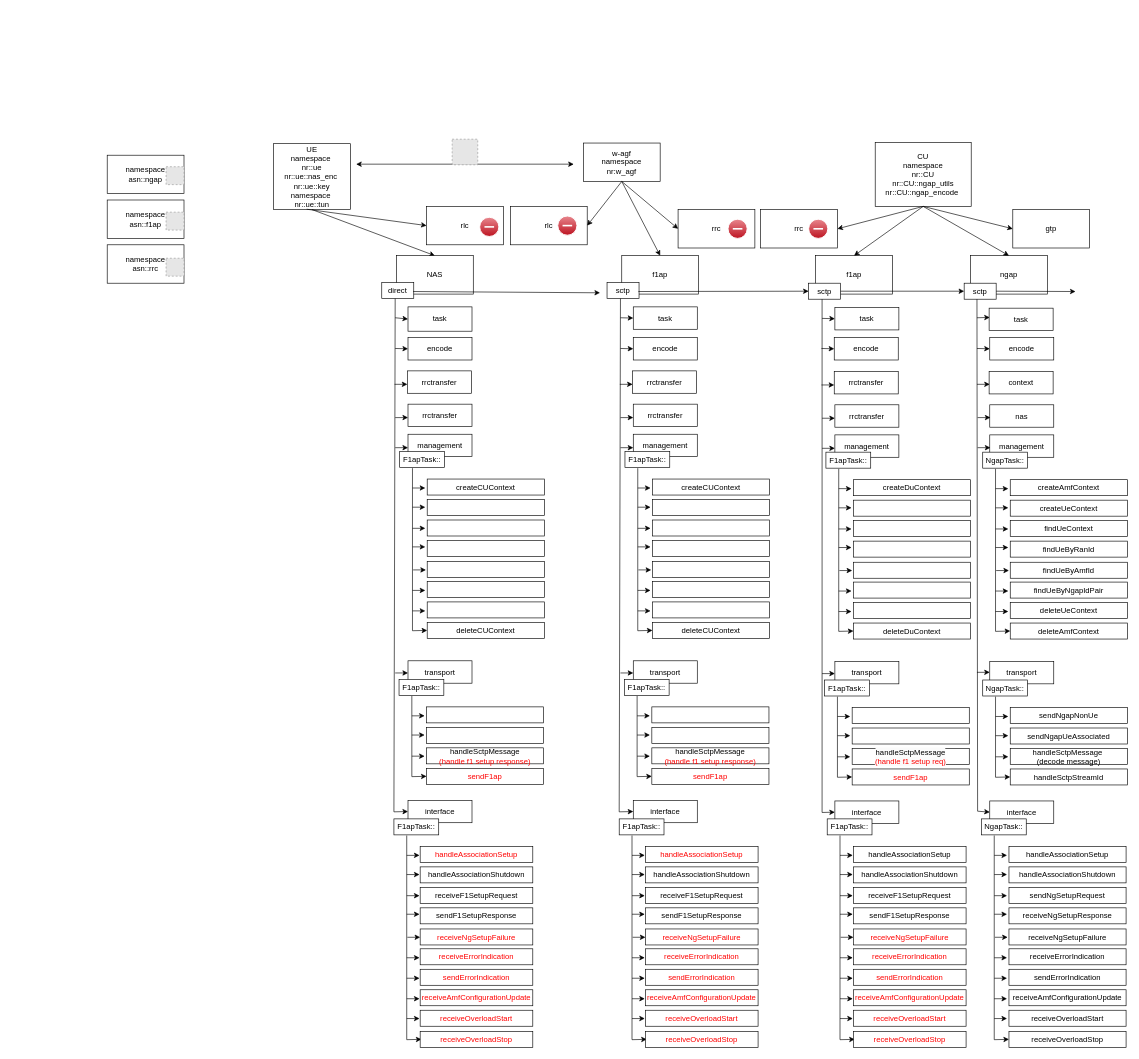
Earlier version of the draw.io diagram page "f1ap & ngap code architecture" (3 of 4) of Diagram of code.drawio (saffanazyan07/z-UERANSIM-W-AGF). Source tidied: cells renumbered, new cells numbered last; positions are measured from the earlier drawing's top-left corner, leaving out a move shared by most shapes. Both pictures are drawn from the tidied source at 64%, with x=0, y=0 at pixel (107, 139). Pictures stored in the file or linked from it are replaced by grey dashed boxes.
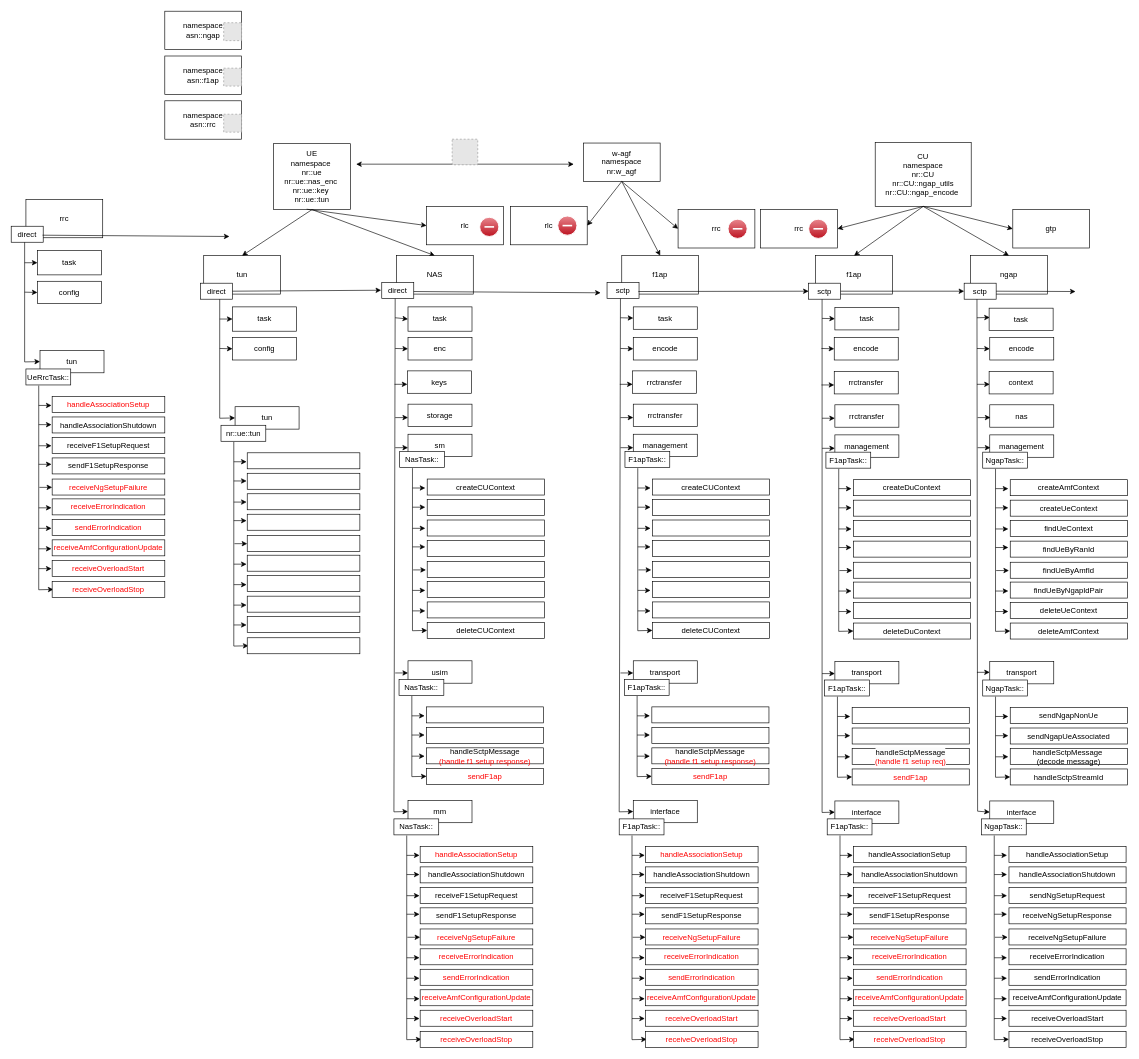
After the change.

Diff of the diagram source:
```diff
@@
-    <mxCell id="3" value="UE&lt;div&gt;namespace&amp;nbsp;&lt;div&gt;nr::ue&lt;/div&gt;&lt;/div&gt;&lt;div&gt;&lt;div&gt;nr::ue::nas_enc&lt;span style=&quot;background-color: initial;&quot;&gt;&amp;nbsp;&lt;/span&gt;&lt;/div&gt;&lt;/div&gt;&lt;div&gt;&lt;div&gt;nr::ue::key&lt;/div&gt;&lt;/div&gt;&lt;div&gt;namespace&amp;nbsp;&lt;div&gt;nr::ue::tun&lt;/div&gt;&lt;/div&gt;" style="rounded=0;whiteSpace=wrap;html=1;" parent="1" vertex="1">
+    <mxCell id="3" value="UE&lt;div&gt;namespace&amp;nbsp;&lt;div&gt;nr::ue&lt;/div&gt;&lt;/div&gt;&lt;div&gt;&lt;div&gt;nr::ue::nas_enc&lt;span style=&quot;background-color: initial;&quot;&gt;&amp;nbsp;&lt;/span&gt;&lt;/div&gt;&lt;/div&gt;&lt;div&gt;&lt;div&gt;nr::ue::key&lt;span style=&quot;background-color: initial;&quot;&gt;&amp;nbsp;&lt;/span&gt;&lt;/div&gt;&lt;/div&gt;&lt;div&gt;&lt;div&gt;nr::ue::tun&lt;/div&gt;&lt;/div&gt;" style="rounded=0;whiteSpace=wrap;html=1;" parent="1" vertex="1">
       <mxGeometry x="260" y="7" width="120" height="103" as="geometry" />
     </mxCell>
@@
     <mxCell id="5" value="namespace asn::ngap" style="rounded=0;whiteSpace=wrap;html=1;" parent="1" vertex="1">
-      <mxGeometry y="25" width="120" height="60" as="geometry" />
+      <mxGeometry x="90" y="-200" width="120" height="60" as="geometry" />
     </mxCell>
     <mxCell id="6" value="namespace&lt;div&gt;asn::f1ap&lt;/div&gt;" style="rounded=0;whiteSpace=wrap;html=1;" parent="1" vertex="1">
-      <mxGeometry y="95" width="120" height="60" as="geometry" />
+      <mxGeometry x="90" y="-130" width="120" height="60" as="geometry" />
     </mxCell>
@@
     <mxCell id="8" value="namespace&lt;div&gt;asn::rrc&lt;/div&gt;" style="rounded=0;whiteSpace=wrap;html=1;" parent="1" vertex="1">
-      <mxGeometry y="165" width="120" height="60" as="geometry" />
+      <mxGeometry x="90" y="-60" width="120" height="60" as="geometry" />
     </mxCell>
@@
     <mxCell id="184" style="fillColor=#E6E6E6;strokeColor=#999999;dashed=1;verticalLabelPosition=bottom;labelBackgroundColor=default;verticalAlign=top;" parent="1" vertex="1">
-      <mxGeometry x="92" y="43" width="28" height="28" as="geometry" />
+      <mxGeometry x="182" y="-182" width="28" height="28" as="geometry" />
     </mxCell>
     <mxCell id="185" style="fillColor=#E6E6E6;strokeColor=#999999;dashed=1;verticalLabelPosition=bottom;labelBackgroundColor=default;verticalAlign=top;" parent="1" vertex="1">
-      <mxGeometry x="92" y="114" width="28" height="28" as="geometry" />
+      <mxGeometry x="182" y="-111" width="28" height="28" as="geometry" />
     </mxCell>
     <mxCell id="186" style="fillColor=#E6E6E6;strokeColor=#999999;dashed=1;verticalLabelPosition=bottom;labelBackgroundColor=default;verticalAlign=top;" parent="1" vertex="1">
-      <mxGeometry x="92" y="186" width="28" height="28" as="geometry" />
+      <mxGeometry x="182" y="-39" width="28" height="28" as="geometry" />
     </mxCell>
@@
-    <mxCell id="223" value="interface" style="rounded=0;whiteSpace=wrap;html=1;" parent="1" vertex="1">
+    <mxCell id="223" value="mm" style="rounded=0;whiteSpace=wrap;html=1;" parent="1" vertex="1">
       <mxGeometry x="470" y="1033" width="100" height="35" as="geometry" />
     </mxCell>
@@
-    <mxCell id="225" value="transport" style="rounded=0;whiteSpace=wrap;html=1;" parent="1" vertex="1">
+    <mxCell id="225" value="usim" style="rounded=0;whiteSpace=wrap;html=1;" parent="1" vertex="1">
       <mxGeometry x="470" y="815" width="100" height="35" as="geometry" />
     </mxCell>
-    <mxCell id="226" value="management" style="rounded=0;whiteSpace=wrap;html=1;" parent="1" vertex="1">
+    <mxCell id="226" value="sm" style="rounded=0;whiteSpace=wrap;html=1;" parent="1" vertex="1">
       <mxGeometry x="470" y="461" width="100" height="35" as="geometry" />
     </mxCell>
@@
     <mxCell id="229" style="endArrow=classic;html=1;rounded=0;" parent="1" edge="1">
       <mxGeometry relative="1" as="geometry">
-        <mxPoint x="478" y="238" as="sourcePoint" />
-        <mxPoint x="770" y="240" as="targetPoint" />
+        <mxPoint x="479" y="238" as="sourcePoint" />
+        <mxPoint x="771" y="240" as="targetPoint" />
       </mxGeometry>
     </mxCell>
-    <mxCell id="230" value="rrctransfer" style="rounded=0;whiteSpace=wrap;html=1;" parent="1" vertex="1">
+    <mxCell id="230" value="storage" style="rounded=0;whiteSpace=wrap;html=1;" parent="1" vertex="1">
       <mxGeometry x="470" y="414" width="100" height="35" as="geometry" />
     </mxCell>
@@
-    <mxCell id="232" value="rrctransfer" style="rounded=0;whiteSpace=wrap;html=1;" parent="1" vertex="1">
+    <mxCell id="232" value="keys" style="rounded=0;whiteSpace=wrap;html=1;" parent="1" vertex="1">
       <mxGeometry x="469" y="362" width="100" height="35" as="geometry" />
     </mxCell>
@@
-    <mxCell id="237" value="F1apTask::" style="rounded=0;whiteSpace=wrap;html=1;" parent="1" vertex="1">
+    <mxCell id="237" value="NasTask::" style="rounded=0;whiteSpace=wrap;html=1;" parent="1" vertex="1">
       <mxGeometry x="448" y="1062" width="70" height="25" as="geometry" />
     </mxCell>
@@
-    <mxCell id="258" value="F1apTask::" style="rounded=0;whiteSpace=wrap;html=1;" parent="1" vertex="1">
+    <mxCell id="258" value="NasTask::" style="rounded=0;whiteSpace=wrap;html=1;" parent="1" vertex="1">
       <mxGeometry x="456" y="844" width="70" height="25" as="geometry" />
     </mxCell>
@@
-    <mxCell id="267" value="F1apTask::" style="rounded=0;whiteSpace=wrap;html=1;" parent="1" vertex="1">
+    <mxCell id="267" value="NasTask::" style="rounded=0;whiteSpace=wrap;html=1;" parent="1" vertex="1">
       <mxGeometry x="457" y="488" width="70" height="25" as="geometry" />
     </mxCell>
@@
-    <mxCell id="281" value="encode" style="rounded=0;whiteSpace=wrap;html=1;" parent="1" vertex="1">
+    <mxCell id="281" value="enc" style="rounded=0;whiteSpace=wrap;html=1;" parent="1" vertex="1">
       <mxGeometry x="470" y="310" width="100" height="35" as="geometry" />
     </mxCell>
@@
+    <mxCell id="288" style="edgeStyle=orthogonalEdgeStyle;rounded=0;orthogonalLoop=1;jettySize=auto;html=1;exitX=0.5;exitY=1;exitDx=0;exitDy=0;exitPerimeter=0;" parent="1" edge="1">
+      <mxGeometry relative="1" as="geometry">
+        <mxPoint x="463.3" y="462" as="sourcePoint" />
+        <mxPoint x="463.3" y="462" as="targetPoint" />
+      </mxGeometry>
+    </mxCell>
+    <mxCell id="289" value="tun" style="rounded=0;whiteSpace=wrap;html=1;" parent="1" vertex="1">
+      <mxGeometry x="150.8" y="182" width="120" height="60" as="geometry" />
+    </mxCell>
+    <mxCell id="290" style="endArrow=classic;html=1;rounded=0;exitX=0.25;exitY=1;exitDx=0;exitDy=0;entryX=0;entryY=0.5;entryDx=0;entryDy=0;" parent="1" edge="1" target="293">
+      <mxGeometry relative="1" as="geometry">
+        <mxPoint x="175.8" y="241" as="sourcePoint" />
+        <Array as="points">
+          <mxPoint x="175.8" y="436" />
+        </Array>
+      </mxGeometry>
+    </mxCell>
+    <mxCell id="291" value="task" style="rounded=0;whiteSpace=wrap;html=1;" parent="1" vertex="1">
+      <mxGeometry x="195.8" y="262" width="100" height="38" as="geometry" />
+    </mxCell>
+    <mxCell id="292" style="endArrow=classic;html=1;rounded=0;entryX=0;entryY=0.5;entryDx=0;entryDy=0;" parent="1" edge="1" target="291">
+      <mxGeometry relative="1" as="geometry">
+        <mxPoint x="175.8" y="281" as="sourcePoint" />
+      </mxGeometry>
+    </mxCell>
+    <mxCell id="293" value="tun" style="rounded=0;whiteSpace=wrap;html=1;" parent="1" vertex="1">
+      <mxGeometry x="199.8" y="418" width="100" height="35" as="geometry" />
+    </mxCell>
+    <mxCell id="294" value="direct" style="rounded=0;whiteSpace=wrap;html=1;" parent="1" vertex="1">
+      <mxGeometry x="145.8" y="225" width="50" height="25" as="geometry" />
+    </mxCell>
+    <mxCell id="295" style="endArrow=classic;html=1;rounded=0;exitX=1;exitY=0.5;exitDx=0;exitDy=0;" parent="1" edge="1" source="294">
+      <mxGeometry relative="1" as="geometry">
+        <mxPoint x="428" y="236" as="targetPoint" />
+      </mxGeometry>
+    </mxCell>
+    <mxCell id="296" style="endArrow=classic;html=1;rounded=0;entryX=0;entryY=0.5;entryDx=0;entryDy=0;" parent="1" edge="1">
+      <mxGeometry relative="1" as="geometry">
+        <mxPoint x="197.8" y="473" as="sourcePoint" />
+        <mxPoint x="220.8" y="791.5" as="targetPoint" />
+        <Array as="points">
+          <mxPoint x="197.8" y="792" />
+        </Array>
+      </mxGeometry>
+    </mxCell>
+    <mxCell id="297" style="rounded=0;whiteSpace=wrap;html=1;" parent="1" vertex="1">
+      <mxGeometry x="218.8" y="490" width="176" height="25" as="geometry" />
+    </mxCell>
+    <mxCell id="298" style="rounded=0;whiteSpace=wrap;html=1;" parent="1" vertex="1">
+      <mxGeometry x="218.8" y="554" width="176" height="25" as="geometry" />
+    </mxCell>
+    <mxCell id="299" value="nr::ue::tun" style="rounded=0;whiteSpace=wrap;html=1;" parent="1" vertex="1">
+      <mxGeometry x="177.8" y="447" width="70" height="25" as="geometry" />
+    </mxCell>
+    <mxCell id="300" style="rounded=0;whiteSpace=wrap;html=1;" parent="1" vertex="1">
+      <mxGeometry x="218.8" y="586" width="176" height="25" as="geometry" />
+    </mxCell>
+    <mxCell id="301" style="rounded=0;whiteSpace=wrap;html=1;" parent="1" vertex="1">
+      <mxGeometry x="218.8" y="522" width="176" height="25" as="geometry" />
+    </mxCell>
+    <mxCell id="302" style="rounded=0;whiteSpace=wrap;html=1;fontStyle=0;" parent="1" vertex="1">
+      <mxGeometry x="218.8" y="619" width="176" height="25" as="geometry" />
+    </mxCell>
+    <mxCell id="303" style="rounded=0;whiteSpace=wrap;html=1;fontColor=#FF0000;" parent="1" vertex="1">
+      <mxGeometry x="218.8" y="650" width="176" height="25" as="geometry" />
+    </mxCell>
+    <mxCell id="304" style="rounded=0;whiteSpace=wrap;html=1;" parent="1" vertex="1">
+      <mxGeometry x="218.8" y="682" width="176" height="25" as="geometry" />
+    </mxCell>
+    <mxCell id="305" style="rounded=0;whiteSpace=wrap;html=1;" parent="1" vertex="1">
+      <mxGeometry x="218.8" y="714" width="176" height="25" as="geometry" />
+    </mxCell>
+    <mxCell id="306" style="rounded=0;whiteSpace=wrap;html=1;" parent="1" vertex="1">
+      <mxGeometry x="218.8" y="746" width="176" height="25" as="geometry" />
+    </mxCell>
+    <mxCell id="307" style="rounded=0;whiteSpace=wrap;html=1;" parent="1" vertex="1">
+      <mxGeometry x="218.8" y="779" width="176" height="25" as="geometry" />
+    </mxCell>
+    <mxCell id="308" style="endArrow=classic;html=1;rounded=0;" parent="1" edge="1">
+      <mxGeometry relative="1" as="geometry">
+        <mxPoint x="197.8" y="504" as="sourcePoint" />
+        <mxPoint x="217.8" y="504" as="targetPoint" />
+      </mxGeometry>
+    </mxCell>
+    <mxCell id="309" style="endArrow=classic;html=1;rounded=0;" parent="1" edge="1">
+      <mxGeometry relative="1" as="geometry">
+        <mxPoint x="197.8" y="534" as="sourcePoint" />
+        <mxPoint x="217.8" y="534" as="targetPoint" />
+      </mxGeometry>
+    </mxCell>
+    <mxCell id="310" style="endArrow=classic;html=1;rounded=0;" parent="1" edge="1">
+      <mxGeometry relative="1" as="geometry">
+        <mxPoint x="197.8" y="567" as="sourcePoint" />
+        <mxPoint x="217.8" y="567" as="targetPoint" />
+      </mxGeometry>
+    </mxCell>
+    <mxCell id="311" style="endArrow=classic;html=1;rounded=0;" parent="1" edge="1">
+      <mxGeometry relative="1" as="geometry">
+        <mxPoint x="197.8" y="596" as="sourcePoint" />
+        <mxPoint x="217.8" y="596" as="targetPoint" />
+      </mxGeometry>
+    </mxCell>
+    <mxCell id="312" style="endArrow=classic;html=1;rounded=0;" parent="1" edge="1">
+      <mxGeometry relative="1" as="geometry">
+        <mxPoint x="198.8" y="632" as="sourcePoint" />
+        <mxPoint x="218.8" y="632" as="targetPoint" />
+      </mxGeometry>
+    </mxCell>
+    <mxCell id="313" style="endArrow=classic;html=1;rounded=0;" parent="1" edge="1">
+      <mxGeometry relative="1" as="geometry">
+        <mxPoint x="197.8" y="664" as="sourcePoint" />
+        <mxPoint x="217.8" y="664" as="targetPoint" />
+      </mxGeometry>
+    </mxCell>
+    <mxCell id="314" style="endArrow=classic;html=1;rounded=0;" parent="1" edge="1">
+      <mxGeometry relative="1" as="geometry">
+        <mxPoint x="197.8" y="696" as="sourcePoint" />
+        <mxPoint x="217.8" y="696" as="targetPoint" />
+      </mxGeometry>
+    </mxCell>
+    <mxCell id="315" style="endArrow=classic;html=1;rounded=0;" parent="1" edge="1">
+      <mxGeometry relative="1" as="geometry">
+        <mxPoint x="197.8" y="728" as="sourcePoint" />
+        <mxPoint x="217.8" y="728" as="targetPoint" />
+      </mxGeometry>
+    </mxCell>
+    <mxCell id="316" style="endArrow=classic;html=1;rounded=0;" parent="1" edge="1">
+      <mxGeometry relative="1" as="geometry">
+        <mxPoint x="197.8" y="759" as="sourcePoint" />
+        <mxPoint x="217.8" y="759" as="targetPoint" />
+      </mxGeometry>
+    </mxCell>
+    <mxCell id="317" value="config" style="rounded=0;whiteSpace=wrap;html=1;" parent="1" vertex="1">
+      <mxGeometry x="195.8" y="310" width="100" height="35" as="geometry" />
+    </mxCell>
+    <mxCell id="318" style="endArrow=classic;html=1;rounded=0;entryX=0;entryY=0.5;entryDx=0;entryDy=0;" parent="1" edge="1" target="317">
+      <mxGeometry relative="1" as="geometry">
+        <mxPoint x="175.8" y="327" as="sourcePoint" />
+      </mxGeometry>
+    </mxCell>
+    <mxCell id="319" style="endArrow=classic;html=1;rounded=0;exitX=0.5;exitY=1;exitDx=0;exitDy=0;entryX=0.5;entryY=0;entryDx=0;entryDy=0;" parent="1" edge="1" source="3" target="289">
+      <mxGeometry relative="1" as="geometry" />
+    </mxCell>
+    <mxCell id="320" style="edgeStyle=orthogonalEdgeStyle;rounded=0;orthogonalLoop=1;jettySize=auto;html=1;exitX=0.5;exitY=1;exitDx=0;exitDy=0;exitPerimeter=0;" parent="1" edge="1">
+      <mxGeometry relative="1" as="geometry">
+        <mxPoint x="226.3" y="378" as="sourcePoint" />
+        <mxPoint x="226.3" y="378" as="targetPoint" />
+      </mxGeometry>
+    </mxCell>
+    <mxCell id="321" value="rrc" style="rounded=0;whiteSpace=wrap;html=1;" parent="1" vertex="1">
+      <mxGeometry x="-127" y="94" width="120" height="60" as="geometry" />
+    </mxCell>
+    <mxCell id="322" style="endArrow=classic;html=1;rounded=0;exitX=0.25;exitY=1;exitDx=0;exitDy=0;entryX=0;entryY=0.5;entryDx=0;entryDy=0;" parent="1" edge="1" target="325">
+      <mxGeometry relative="1" as="geometry">
+        <mxPoint x="-129" y="153" as="sourcePoint" />
+        <Array as="points">
+          <mxPoint x="-129" y="348" />
+        </Array>
+      </mxGeometry>
+    </mxCell>
+    <mxCell id="323" value="task" style="rounded=0;whiteSpace=wrap;html=1;" parent="1" vertex="1">
+      <mxGeometry x="-109" y="174" width="100" height="38" as="geometry" />
+    </mxCell>
+    <mxCell id="324" style="endArrow=classic;html=1;rounded=0;entryX=0;entryY=0.5;entryDx=0;entryDy=0;" parent="1" edge="1" target="323">
+      <mxGeometry relative="1" as="geometry">
+        <mxPoint x="-129" y="193" as="sourcePoint" />
+      </mxGeometry>
+    </mxCell>
+    <mxCell id="325" value="tun" style="rounded=0;whiteSpace=wrap;html=1;" parent="1" vertex="1">
+      <mxGeometry x="-105" y="330" width="100" height="35" as="geometry" />
+    </mxCell>
+    <mxCell id="326" value="direct" style="rounded=0;whiteSpace=wrap;html=1;" parent="1" vertex="1">
+      <mxGeometry x="-150" y="136" width="50" height="25" as="geometry" />
+    </mxCell>
+    <mxCell id="327" style="endArrow=classic;html=1;rounded=0;" parent="1" edge="1">
+      <mxGeometry relative="1" as="geometry">
+        <mxPoint x="-101" y="150" as="sourcePoint" />
+        <mxPoint x="191" y="152" as="targetPoint" />
+      </mxGeometry>
+    </mxCell>
+    <mxCell id="328" style="endArrow=classic;html=1;rounded=0;entryX=0;entryY=0.5;entryDx=0;entryDy=0;" parent="1" edge="1">
+      <mxGeometry relative="1" as="geometry">
+        <mxPoint x="-107" y="385" as="sourcePoint" />
+        <mxPoint x="-84" y="703.5" as="targetPoint" />
+        <Array as="points">
+          <mxPoint x="-107" y="704" />
+        </Array>
+      </mxGeometry>
+    </mxCell>
+    <mxCell id="329" value="&lt;font color=&quot;#ff0000&quot;&gt;handleAssociationSetup&lt;/font&gt;" style="rounded=0;whiteSpace=wrap;html=1;" parent="1" vertex="1">
+      <mxGeometry x="-86" y="402" width="176" height="25" as="geometry" />
+    </mxCell>
+    <mxCell id="330" value="receiveF1SetupRequest" style="rounded=0;whiteSpace=wrap;html=1;" parent="1" vertex="1">
+      <mxGeometry x="-86" y="466" width="176" height="25" as="geometry" />
+    </mxCell>
+    <mxCell id="331" value="UeRrcTask::" style="rounded=0;whiteSpace=wrap;html=1;" parent="1" vertex="1">
+      <mxGeometry x="-127" y="359" width="70" height="25" as="geometry" />
+    </mxCell>
+    <mxCell id="332" value="sendF1SetupResponse" style="rounded=0;whiteSpace=wrap;html=1;" parent="1" vertex="1">
+      <mxGeometry x="-86" y="498" width="176" height="25" as="geometry" />
+    </mxCell>
+    <mxCell id="333" value="handleAssociationShutdown" style="rounded=0;whiteSpace=wrap;html=1;" parent="1" vertex="1">
+      <mxGeometry x="-86" y="434" width="176" height="25" as="geometry" />
+    </mxCell>
+    <mxCell id="334" value="&lt;span&gt;&lt;font color=&quot;#ff0000&quot;&gt;receiveNgSetupFailure&lt;/font&gt;&lt;/span&gt;" style="rounded=0;whiteSpace=wrap;html=1;fontStyle=0;" parent="1" vertex="1">
+      <mxGeometry x="-86" y="531" width="176" height="25" as="geometry" />
+    </mxCell>
+    <mxCell id="335" value="receiveErrorIndication" style="rounded=0;whiteSpace=wrap;html=1;fontColor=#FF0000;" parent="1" vertex="1">
+      <mxGeometry x="-86" y="562" width="176" height="25" as="geometry" />
+    </mxCell>
+    <mxCell id="336" value="&lt;font color=&quot;#ff0000&quot;&gt;sendErrorIndication&lt;/font&gt;" style="rounded=0;whiteSpace=wrap;html=1;" parent="1" vertex="1">
+      <mxGeometry x="-86" y="594" width="176" height="25" as="geometry" />
+    </mxCell>
+    <mxCell id="337" value="&lt;font color=&quot;#ff0000&quot;&gt;receiveAmfConfigurationUpdate&lt;/font&gt;" style="rounded=0;whiteSpace=wrap;html=1;" parent="1" vertex="1">
+      <mxGeometry x="-86" y="626" width="176" height="25" as="geometry" />
+    </mxCell>
+    <mxCell id="338" value="&lt;font color=&quot;#ff0000&quot;&gt;receiveOverloadStart&lt;/font&gt;" style="rounded=0;whiteSpace=wrap;html=1;" parent="1" vertex="1">
+      <mxGeometry x="-86" y="658" width="176" height="25" as="geometry" />
+    </mxCell>
+    <mxCell id="339" value="&lt;font color=&quot;#ff0000&quot;&gt;receiveOverloadStop&lt;/font&gt;" style="rounded=0;whiteSpace=wrap;html=1;" parent="1" vertex="1">
+      <mxGeometry x="-86" y="691" width="176" height="25" as="geometry" />
+    </mxCell>
+    <mxCell id="340" style="endArrow=classic;html=1;rounded=0;" parent="1" edge="1">
+      <mxGeometry relative="1" as="geometry">
+        <mxPoint x="-107" y="416" as="sourcePoint" />
+        <mxPoint x="-87" y="416" as="targetPoint" />
+      </mxGeometry>
+    </mxCell>
+    <mxCell id="341" style="endArrow=classic;html=1;rounded=0;" parent="1" edge="1">
+      <mxGeometry relative="1" as="geometry">
+        <mxPoint x="-107" y="446" as="sourcePoint" />
+        <mxPoint x="-87" y="446" as="targetPoint" />
+      </mxGeometry>
+    </mxCell>
+    <mxCell id="342" style="endArrow=classic;html=1;rounded=0;" parent="1" edge="1">
+      <mxGeometry relative="1" as="geometry">
+        <mxPoint x="-107" y="479" as="sourcePoint" />
+        <mxPoint x="-87" y="479" as="targetPoint" />
+      </mxGeometry>
+    </mxCell>
+    <mxCell id="343" style="endArrow=classic;html=1;rounded=0;" parent="1" edge="1">
+      <mxGeometry relative="1" as="geometry">
+        <mxPoint x="-107" y="508" as="sourcePoint" />
+        <mxPoint x="-87" y="508" as="targetPoint" />
+      </mxGeometry>
+    </mxCell>
+    <mxCell id="344" style="endArrow=classic;html=1;rounded=0;" parent="1" edge="1">
+      <mxGeometry relative="1" as="geometry">
+        <mxPoint x="-106" y="544" as="sourcePoint" />
+        <mxPoint x="-86" y="544" as="targetPoint" />
+      </mxGeometry>
+    </mxCell>
+    <mxCell id="345" style="endArrow=classic;html=1;rounded=0;" parent="1" edge="1">
+      <mxGeometry relative="1" as="geometry">
+        <mxPoint x="-107" y="576" as="sourcePoint" />
+        <mxPoint x="-87" y="576" as="targetPoint" />
+      </mxGeometry>
+    </mxCell>
+    <mxCell id="346" style="endArrow=classic;html=1;rounded=0;" parent="1" edge="1">
+      <mxGeometry relative="1" as="geometry">
+        <mxPoint x="-107" y="608" as="sourcePoint" />
+        <mxPoint x="-87" y="608" as="targetPoint" />
+      </mxGeometry>
+    </mxCell>
+    <mxCell id="347" style="endArrow=classic;html=1;rounded=0;" parent="1" edge="1">
+      <mxGeometry relative="1" as="geometry">
+        <mxPoint x="-107" y="640" as="sourcePoint" />
+        <mxPoint x="-87" y="640" as="targetPoint" />
+      </mxGeometry>
+    </mxCell>
+    <mxCell id="348" style="endArrow=classic;html=1;rounded=0;" parent="1" edge="1">
+      <mxGeometry relative="1" as="geometry">
+        <mxPoint x="-107" y="671" as="sourcePoint" />
+        <mxPoint x="-87" y="671" as="targetPoint" />
+      </mxGeometry>
+    </mxCell>
+    <mxCell id="349" value="config" style="rounded=0;whiteSpace=wrap;html=1;" parent="1" vertex="1">
+      <mxGeometry x="-109" y="222" width="100" height="35" as="geometry" />
+    </mxCell>
+    <mxCell id="350" style="endArrow=classic;html=1;rounded=0;entryX=0;entryY=0.5;entryDx=0;entryDy=0;" parent="1" edge="1" target="349">
+      <mxGeometry relative="1" as="geometry">
+        <mxPoint x="-129" y="239" as="sourcePoint" />
+      </mxGeometry>
+    </mxCell>
```
